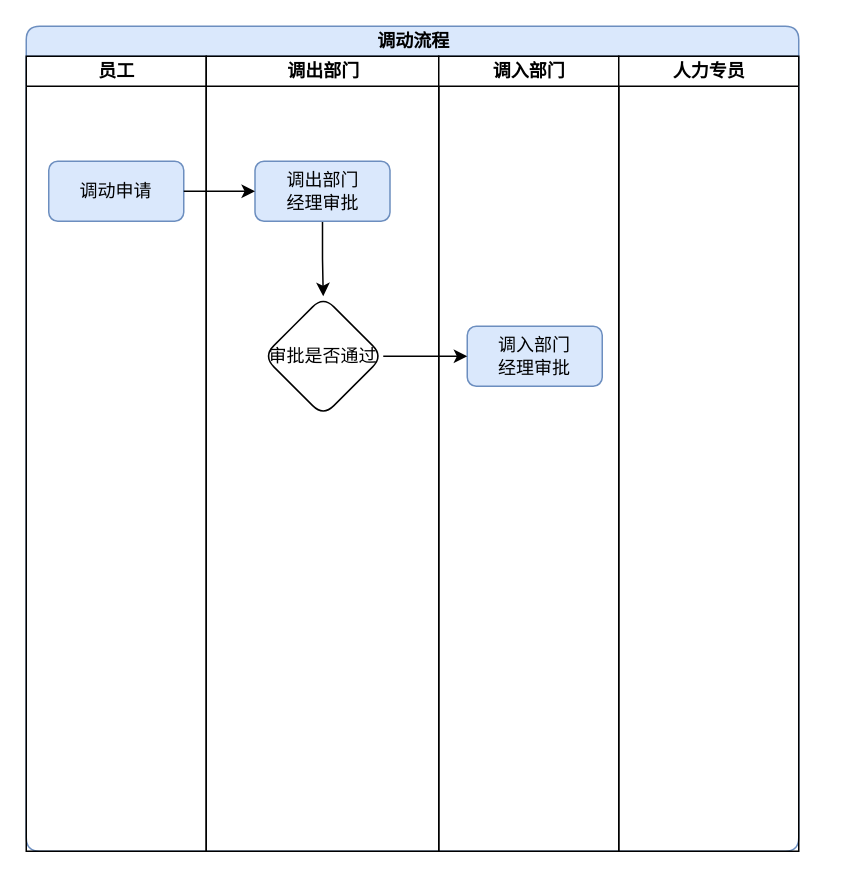
Before: page "调动流程" (5 of 9) of humanresource1.drawio in janzhou123/mydraw, a draw.io diagram. Source tidied: cells renumbered, new cells numbered last; positions are measured from the earlier drawing's top-left corner, leaving out a move shared by most shapes. Both pictures are drawn from the tidied source at 150%, with x=0, y=0 at pixel (26, 26).
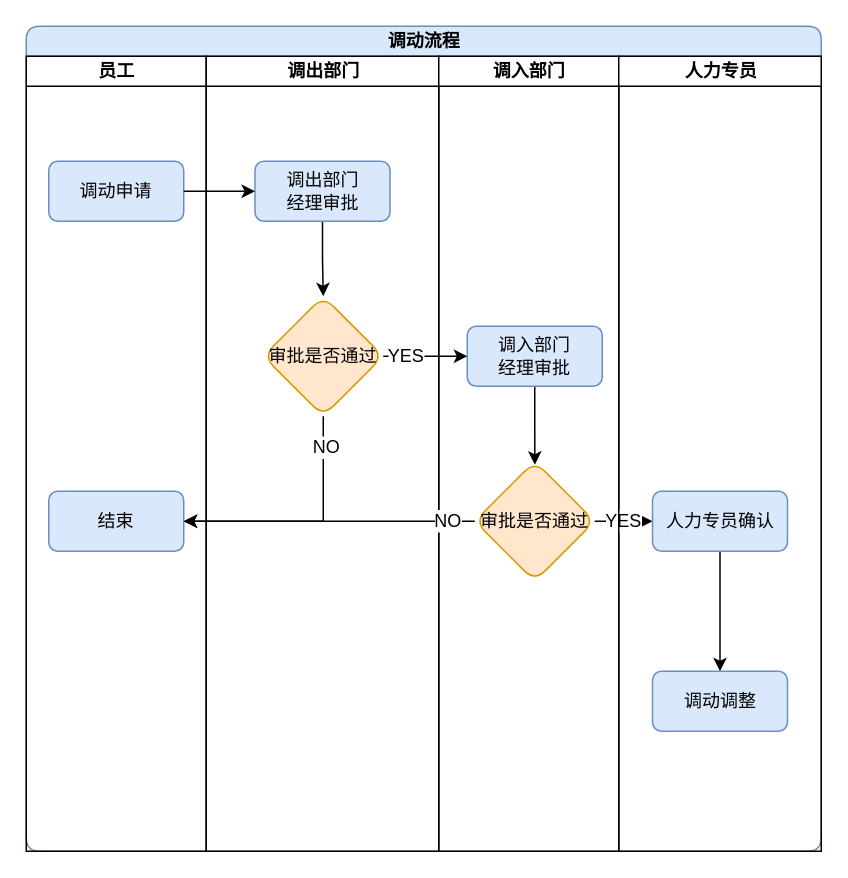
Above is the later version.

Unchanged cells that the change refers to:
```xml
<mxCell id="3" value="员工" style="swimlane;html=1;startSize=20;" parent="2" vertex="1">
  <mxGeometry y="20" width="120" height="530" as="geometry" />
</mxCell>
<mxCell id="5" value="调出部门" style="swimlane;html=1;startSize=20;" parent="2" vertex="1">
  <mxGeometry x="120" y="20" width="155" height="530" as="geometry" />
</mxCell>
<mxCell id="7" value="调出部门&lt;br&gt;经理审批" style="rounded=1;whiteSpace=wrap;html=1;shadow=0;glass=0;comic=0;fillColor=#dae8fc;strokeColor=#6c8ebf;" parent="5" vertex="1">
  <mxGeometry x="32.5" y="70" width="90" height="40" as="geometry" />
</mxCell>
<mxCell id="9" value="调入部门" style="swimlane;html=1;startSize=20;" parent="2" vertex="1">
  <mxGeometry x="275" y="20" width="120" height="530" as="geometry" />
</mxCell>
<mxCell id="10" value="调入部门&lt;br&gt;经理审批" style="rounded=1;whiteSpace=wrap;html=1;shadow=0;glass=0;comic=0;fillColor=#dae8fc;strokeColor=#6c8ebf;" parent="9" vertex="1">
  <mxGeometry x="19" y="180" width="90" height="40" as="geometry" />
</mxCell>
<mxCell id="13" style="edgeStyle=orthogonalEdgeStyle;rounded=0;jettySize=auto;html=1;" parent="2" edge="1" source="8" target="10">
  <mxGeometry relative="1" as="geometry" />
</mxCell>
```

Diff of the diagram source:
```diff
@@
     <mxCell id="2" value="调动流程" style="swimlane;html=1;startSize=20;rounded=1;shadow=0;glass=0;comic=0;fillColor=#dae8fc;strokeColor=#6c8ebf;" parent="1" vertex="1">
-      <mxGeometry width="515" height="550" as="geometry" />
+      <mxGeometry width="530" height="550" as="geometry" />
     </mxCell>
@@
+    <mxCell id="14" value="结束" style="rounded=1;whiteSpace=wrap;html=1;shadow=0;glass=0;comic=0;fillColor=#dae8fc;strokeColor=#6c8ebf;" parent="3" vertex="1">
+      <mxGeometry x="15" y="290" width="90" height="40" as="geometry" />
+    </mxCell>
@@
-    <mxCell id="6" style="edgeStyle=orthogonalEdgeStyle;rounded=0;jettySize=auto;html=1;" parent="5" edge="1" source="7" target="8">
+    <mxCell id="6" style="edgeStyle=orthogonalEdgeStyle;rounded=0;jettySize=auto;html=1;entryX=0.5;entryY=0;entryDx=0;entryDy=0;" parent="5" edge="1" source="7" target="8">
       <mxGeometry relative="1" as="geometry" />
     </mxCell>
@@
-    <mxCell id="8" value="审批是否通过" style="rhombus;whiteSpace=wrap;html=1;rounded=1;shadow=0;glass=0;comic=0;" parent="5" vertex="1">
+    <mxCell id="8" value="审批是否通过" style="rhombus;whiteSpace=wrap;html=1;rounded=1;shadow=0;glass=0;comic=0;fillColor=#ffe6cc;strokeColor=#d79b00;" parent="5" vertex="1">
       <mxGeometry x="38" y="160" width="80" height="80" as="geometry" />
     </mxCell>
@@
+    <mxCell id="15" style="edgeStyle=orthogonalEdgeStyle;rounded=0;jettySize=auto;html=1;entryX=0.501;entryY=0.029;entryDx=0;entryDy=0;entryPerimeter=0;" parent="9" edge="1" source="10" target="16">
+      <mxGeometry relative="1" as="geometry" />
+    </mxCell>
@@
-    <mxCell id="11" value="人力专员" style="swimlane;html=1;startSize=20;" parent="2" vertex="1">
-      <mxGeometry x="395" y="20" width="120" height="530" as="geometry" />
-    </mxCell>
+    <mxCell id="16" value="审批是否通过" style="rhombus;whiteSpace=wrap;html=1;rounded=1;shadow=0;glass=0;comic=0;fillColor=#ffe6cc;strokeColor=#d79b00;" parent="9" vertex="1">
+      <mxGeometry x="24" y="270" width="80" height="80" as="geometry" />
+    </mxCell>
@@
+    <mxCell id="17" value="YES" style="text;html=1;align=center;verticalAlign=middle;labelBackgroundColor=#ffffff;" parent="13" vertex="1">
+      <mxGeometry x="-0.51" y="1" relative="1" as="geometry" />
+    </mxCell>
+    <mxCell id="18" style="edgeStyle=orthogonalEdgeStyle;rounded=0;jettySize=auto;html=1;entryX=1;entryY=0.5;entryDx=0;entryDy=0;exitX=0.5;exitY=1;exitDx=0;exitDy=0;" parent="2" edge="1" source="8" target="14">
+      <mxGeometry relative="1" as="geometry" />
+    </mxCell>
+    <mxCell id="19" value="NO" style="text;html=1;align=center;verticalAlign=middle;labelBackgroundColor=#ffffff;" parent="18" vertex="1">
+      <mxGeometry x="-0.75" y="1" relative="1" as="geometry" />
+    </mxCell>
+    <mxCell id="20" style="edgeStyle=orthogonalEdgeStyle;rounded=0;jettySize=auto;html=1;entryX=1;entryY=0.5;entryDx=0;entryDy=0;" parent="2" edge="1" source="16" target="14">
+      <mxGeometry relative="1" as="geometry" />
+    </mxCell>
+    <mxCell id="21" value="NO" style="text;html=1;align=center;verticalAlign=middle;labelBackgroundColor=#ffffff;" parent="20" vertex="1">
+      <mxGeometry x="-0.8" y="-1" relative="1" as="geometry" />
+    </mxCell>
+    <mxCell id="22" style="edgeStyle=orthogonalEdgeStyle;rounded=0;jettySize=auto;html=1;entryX=0;entryY=0.5;entryDx=0;entryDy=0;" parent="2" edge="1" source="16" target="25">
+      <mxGeometry relative="1" as="geometry" />
+    </mxCell>
+    <mxCell id="23" value="YES" style="text;html=1;align=center;verticalAlign=middle;labelBackgroundColor=#ffffff;" parent="22" vertex="1">
+      <mxGeometry x="0.19" y="-4" relative="1" as="geometry">
+        <mxPoint x="-4" y="-5" as="offset" />
+      </mxGeometry>
+    </mxCell>
+    <mxCell id="11" value="人力专员" style="swimlane;html=1;startSize=20;" parent="2" vertex="1">
+      <mxGeometry x="395" y="20" width="135" height="530" as="geometry" />
+    </mxCell>
+    <mxCell id="24" style="edgeStyle=orthogonalEdgeStyle;rounded=0;jettySize=auto;html=1;" parent="11" edge="1" source="25" target="26">
+      <mxGeometry relative="1" as="geometry" />
+    </mxCell>
+    <mxCell id="25" value="人力专员确认" style="rounded=1;whiteSpace=wrap;html=1;shadow=0;glass=0;comic=0;fillColor=#dae8fc;strokeColor=#6c8ebf;" parent="11" vertex="1">
+      <mxGeometry x="22.5" y="290" width="90" height="40" as="geometry" />
+    </mxCell>
+    <mxCell id="26" value="调动调整" style="rounded=1;whiteSpace=wrap;html=1;shadow=0;glass=0;comic=0;fillColor=#dae8fc;strokeColor=#6c8ebf;" parent="11" vertex="1">
+      <mxGeometry x="22.5" y="410" width="90" height="40" as="geometry" />
+    </mxCell>
```
